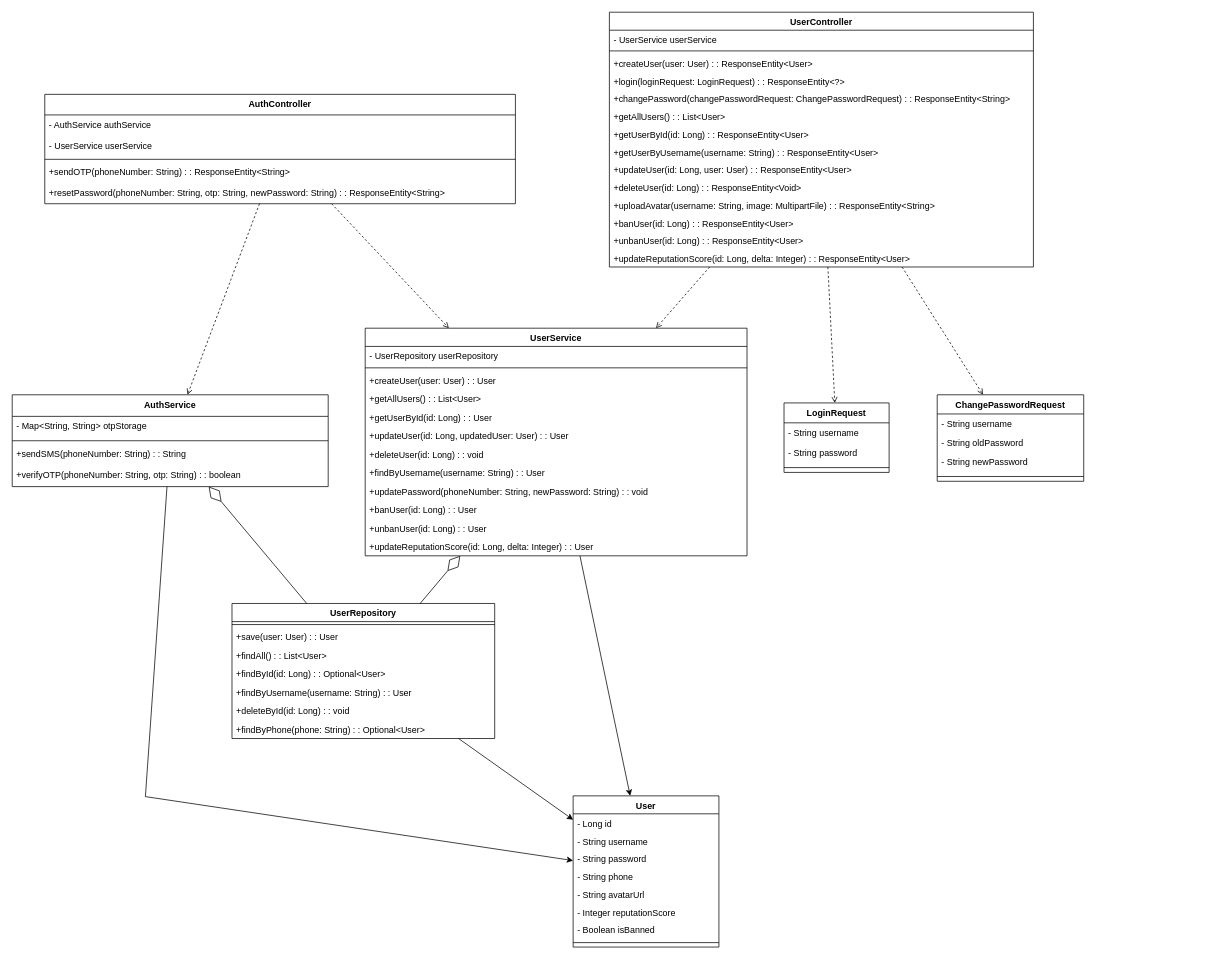
Above: page "注册登录" (1 of 9) of 文档/概要设计规约文档/建模图/详细类图.drawio in w1ntercube/TJ-SE-Design (draw.io), before the change. Source tidied: cells renumbered, new cells numbered last; positions are measured from the earlier drawing's top-left corner, leaving out a move shared by most shapes. Both pictures are drawn from the tidied source at 74%, with x=0, y=0 at pixel (12, 12).
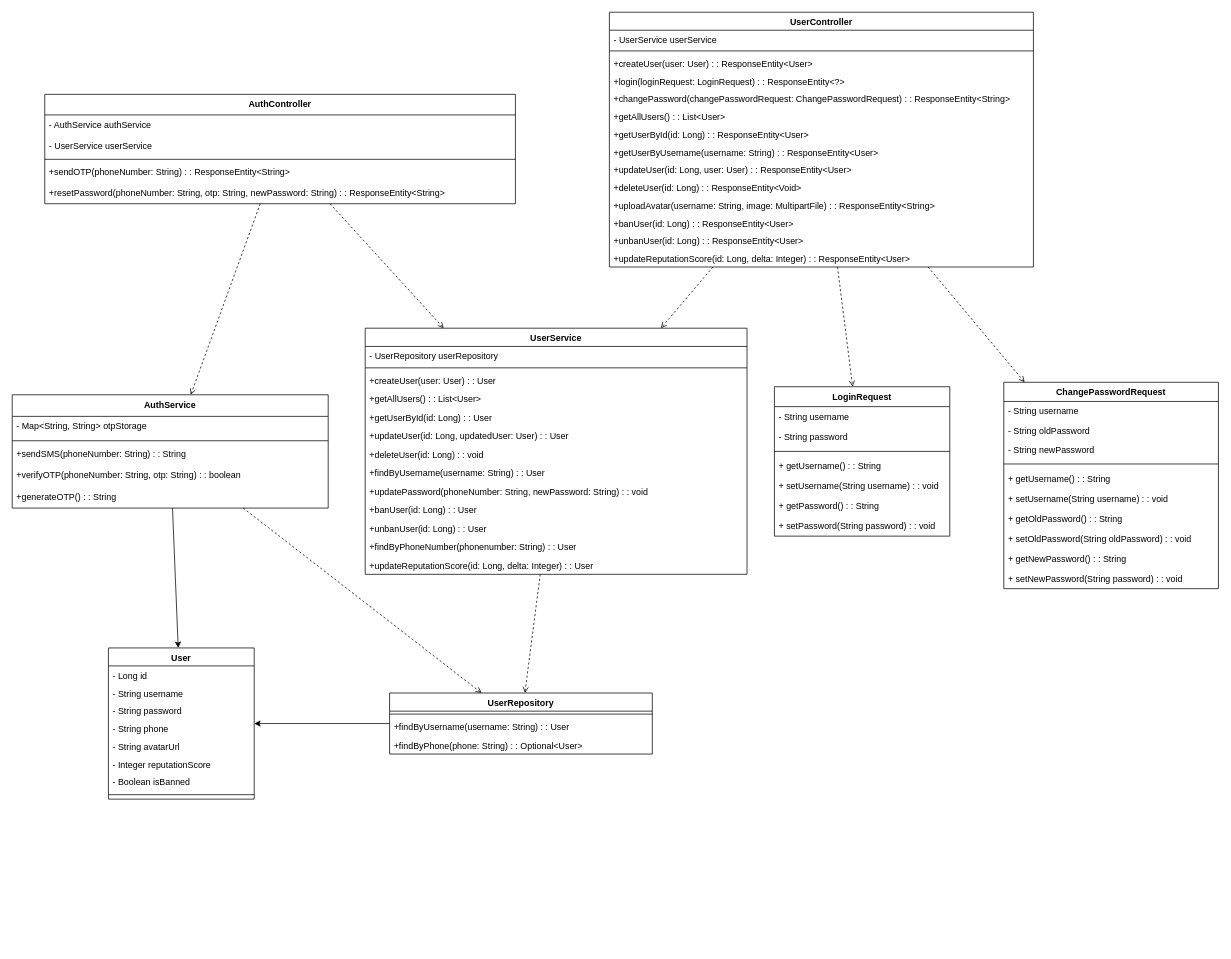
The same diagram, later.

Change to the diagram source:
```diff
@@
     <mxCell id="23" value="AuthService" style="swimlane;fontStyle=1;align=center;verticalAlign=top;horizontal=1;startSize=29.149999618530273;" parent="1" vertex="1">
-      <mxGeometry y="517" width="427" height="124.1" as="geometry" />
+      <mxGeometry y="517" width="427" height="153.1" as="geometry" />
     </mxCell>
@@
+    <mxCell id="82" value="+generateOTP() : : String" style="text;strokeColor=none;fillColor=none;align=left;verticalAlign=top;spacingLeft=4;spacingRight=4;overflow=hidden;" parent="23" vertex="1">
+      <mxGeometry y="124.1" width="427" height="29" as="geometry" />
+    </mxCell>
     <mxCell id="28" value="UserService" style="swimlane;fontStyle=1;align=center;verticalAlign=top;horizontal=1;startSize=24.649998982747395;" parent="1" vertex="1">
-      <mxGeometry x="477" y="427" width="516" height="307.6" as="geometry" />
+      <mxGeometry x="477" y="427" width="516" height="332.6" as="geometry" />
     </mxCell>
@@
+    <mxCell id="83" value="+findByPhoneNumber(phonenumber: String) : : User" style="text;strokeColor=none;fillColor=none;align=left;verticalAlign=top;spacingLeft=4;spacingRight=4;overflow=hidden;" parent="28" vertex="1">
+      <mxGeometry y="282.6" width="516" height="25" as="geometry" />
+    </mxCell>
     <mxCell id="40" value="+updateReputationScore(id: Long, delta: Integer) : : User" style="text;strokeColor=none;fillColor=none;align=left;verticalAlign=top;spacingLeft=4;spacingRight=4;overflow=hidden;" parent="28" vertex="1">
-      <mxGeometry y="282.6" width="516" height="25" as="geometry" />
+      <mxGeometry y="307.6" width="516" height="25" as="geometry" />
     </mxCell>
     <mxCell id="41" value="User" style="swimlane;fontStyle=1;align=center;verticalAlign=top;horizontal=1;startSize=24.258823170381433;" parent="1" vertex="1">
-      <mxGeometry x="758" y="1059" width="197" height="204.3" as="geometry" />
+      <mxGeometry x="130" y="859.1" width="197" height="204.3" as="geometry" />
     </mxCell>
@@
     <mxCell id="50" value="LoginRequest" style="swimlane;fontStyle=1;align=center;verticalAlign=top;horizontal=1;startSize=26.91428484235491;" parent="1" vertex="1">
-      <mxGeometry x="1043" y="528" width="142" height="93.9" as="geometry" />
+      <mxGeometry x="1030" y="506.1" width="237" height="201.9" as="geometry" />
     </mxCell>
     <mxCell id="51" value="- String username" style="text;strokeColor=none;fillColor=none;align=left;verticalAlign=top;spacingLeft=4;spacingRight=4;overflow=hidden;" parent="50" vertex="1">
-      <mxGeometry y="26.9" width="142" height="27" as="geometry" />
+      <mxGeometry y="26.9" width="237" height="27" as="geometry" />
     </mxCell>
+    <mxCell id="84" value="- String password" style="text;strokeColor=none;fillColor=none;align=left;verticalAlign=top;spacingLeft=4;spacingRight=4;overflow=hidden;" parent="50" vertex="1">
+      <mxGeometry y="53.9" width="237" height="27" as="geometry" />
+    </mxCell>
+    <mxCell id="53" style="line;strokeWidth=1;fillColor=none;align=left;verticalAlign=middle;spacingTop=-1;spacingLeft=3;spacingRight=3;labelPosition=right;strokeColor=inherit;" parent="50" vertex="1">
+      <mxGeometry y="80.9" width="237" height="13" as="geometry" />
+    </mxCell>
-    <mxCell id="52" value="- String password" style="text;strokeColor=none;fillColor=none;align=left;verticalAlign=top;spacingLeft=4;spacingRight=4;overflow=hidden;" parent="50" vertex="1">
-      <mxGeometry y="53.9" width="142" height="27" as="geometry" />
+    <mxCell id="52" value="+ getUsername() : : String" style="text;strokeColor=none;fillColor=none;align=left;verticalAlign=top;spacingLeft=4;spacingRight=4;overflow=hidden;" parent="50" vertex="1">
+      <mxGeometry y="93.9" width="237" height="27" as="geometry" />
     </mxCell>
-    <mxCell id="53" style="line;strokeWidth=1;fillColor=none;align=left;verticalAlign=middle;spacingTop=-1;spacingLeft=3;spacingRight=3;labelPosition=right;strokeColor=inherit;" parent="50" vertex="1">
-      <mxGeometry y="80.9" width="142" height="13" as="geometry" />
-    </mxCell>
+    <mxCell id="85" value="+ setUsername(String username) : : void" style="text;strokeColor=none;fillColor=none;align=left;verticalAlign=top;spacingLeft=4;spacingRight=4;overflow=hidden;" parent="50" vertex="1">
+      <mxGeometry y="120.9" width="237" height="27" as="geometry" />
+    </mxCell>
+    <mxCell id="86" value="+ getPassword() : : String" style="text;strokeColor=none;fillColor=none;align=left;verticalAlign=top;spacingLeft=4;spacingRight=4;overflow=hidden;" parent="50" vertex="1">
+      <mxGeometry y="147.9" width="237" height="27" as="geometry" />
+    </mxCell>
+    <mxCell id="87" value="+ setPassword(String password) : : void" style="text;strokeColor=none;fillColor=none;align=left;verticalAlign=top;spacingLeft=4;spacingRight=4;overflow=hidden;" parent="50" vertex="1">
+      <mxGeometry y="174.9" width="237" height="27" as="geometry" />
+    </mxCell>
     <mxCell id="54" value="ChangePasswordRequest" style="swimlane;fontStyle=1;align=center;verticalAlign=top;horizontal=1;startSize=25.91111077202691;" parent="1" vertex="1">
-      <mxGeometry x="1250" y="517" width="198" height="116.9" as="geometry" />
+      <mxGeometry x="1340" y="500.1" width="290" height="278.9" as="geometry" />
     </mxCell>
     <mxCell id="55" value="- String username" style="text;strokeColor=none;fillColor=none;align=left;verticalAlign=top;spacingLeft=4;spacingRight=4;overflow=hidden;" parent="54" vertex="1">
-      <mxGeometry y="25.9" width="198" height="26" as="geometry" />
+      <mxGeometry y="25.9" width="290" height="26" as="geometry" />
     </mxCell>
     <mxCell id="56" value="- String oldPassword" style="text;strokeColor=none;fillColor=none;align=left;verticalAlign=top;spacingLeft=4;spacingRight=4;overflow=hidden;" parent="54" vertex="1">
-      <mxGeometry y="51.9" width="198" height="26" as="geometry" />
+      <mxGeometry y="51.9" width="290" height="26" as="geometry" />
     </mxCell>
     <mxCell id="57" value="- String newPassword" style="text;strokeColor=none;fillColor=none;align=left;verticalAlign=top;spacingLeft=4;spacingRight=4;overflow=hidden;" parent="54" vertex="1">
-      <mxGeometry y="77.9" width="198" height="26" as="geometry" />
+      <mxGeometry y="77.9" width="290" height="26" as="geometry" />
     </mxCell>
     <mxCell id="58" style="line;strokeWidth=1;fillColor=none;align=left;verticalAlign=middle;spacingTop=-1;spacingLeft=3;spacingRight=3;labelPosition=right;strokeColor=inherit;" parent="54" vertex="1">
-      <mxGeometry y="103.9" width="198" height="13" as="geometry" />
+      <mxGeometry y="103.9" width="290" height="13" as="geometry" />
     </mxCell>
+    <mxCell id="88" value="+ getUsername() : : String" style="text;strokeColor=none;fillColor=none;align=left;verticalAlign=top;spacingLeft=4;spacingRight=4;overflow=hidden;" parent="54" vertex="1">
+      <mxGeometry y="116.9" width="290" height="27" as="geometry" />
+    </mxCell>
+    <mxCell id="89" value="+ setUsername(String username) : : void" style="text;strokeColor=none;fillColor=none;align=left;verticalAlign=top;spacingLeft=4;spacingRight=4;overflow=hidden;" parent="54" vertex="1">
+      <mxGeometry y="143.9" width="290" height="27" as="geometry" />
+    </mxCell>
+    <mxCell id="90" value="+ getOldPassword() : : String" style="text;strokeColor=none;fillColor=none;align=left;verticalAlign=top;spacingLeft=4;spacingRight=4;overflow=hidden;" parent="54" vertex="1">
+      <mxGeometry y="170.9" width="290" height="27" as="geometry" />
+    </mxCell>
+    <mxCell id="91" value="+ setOldPassword(String oldPassword) : : void" style="text;strokeColor=none;fillColor=none;align=left;verticalAlign=top;spacingLeft=4;spacingRight=4;overflow=hidden;" parent="54" vertex="1">
+      <mxGeometry y="197.9" width="290" height="27" as="geometry" />
+    </mxCell>
+    <mxCell id="92" value="+ getNewPassword() : : String" style="text;strokeColor=none;fillColor=none;align=left;verticalAlign=top;spacingLeft=4;spacingRight=4;overflow=hidden;" parent="54" vertex="1">
+      <mxGeometry y="224.9" width="290" height="27" as="geometry" />
+    </mxCell>
+    <mxCell id="93" value="+ setNewPassword(String password) : : void" style="text;strokeColor=none;fillColor=none;align=left;verticalAlign=top;spacingLeft=4;spacingRight=4;overflow=hidden;" parent="54" vertex="1">
+      <mxGeometry y="251.9" width="290" height="27" as="geometry" />
+    </mxCell>
     <mxCell id="59" value="UserRepository" style="swimlane;fontStyle=1;align=center;verticalAlign=top;horizontal=1;startSize=24.50666707356771;" parent="1" vertex="1">
-      <mxGeometry x="297" y="799" width="355" height="182.5" as="geometry" />
+      <mxGeometry x="510" y="920" width="355" height="82.5" as="geometry" />
     </mxCell>
@@
-    <mxCell id="61" value="+save(user: User) : : User" style="text;strokeColor=none;fillColor=none;align=left;verticalAlign=top;spacingLeft=4;spacingRight=4;overflow=hidden;" parent="59" vertex="1">
-      <mxGeometry y="32.5" width="355" height="25" as="geometry" />
-    </mxCell>
-    <mxCell id="62" value="+findAll() : : List&lt;User&gt;" style="text;strokeColor=none;fillColor=none;align=left;verticalAlign=top;spacingLeft=4;spacingRight=4;overflow=hidden;" parent="59" vertex="1">
-      <mxGeometry y="57.5" width="355" height="25" as="geometry" />
-    </mxCell>
-    <mxCell id="63" value="+findById(id: Long) : : Optional&lt;User&gt;" style="text;strokeColor=none;fillColor=none;align=left;verticalAlign=top;spacingLeft=4;spacingRight=4;overflow=hidden;" parent="59" vertex="1">
-      <mxGeometry y="82.5" width="355" height="25" as="geometry" />
-    </mxCell>
     <mxCell id="64" value="+findByUsername(username: String) : : User" style="text;strokeColor=none;fillColor=none;align=left;verticalAlign=top;spacingLeft=4;spacingRight=4;overflow=hidden;" parent="59" vertex="1">
-      <mxGeometry y="107.5" width="355" height="25" as="geometry" />
+      <mxGeometry y="32.5" width="355" height="25" as="geometry" />
     </mxCell>
-    <mxCell id="65" value="+deleteById(id: Long) : : void" style="text;strokeColor=none;fillColor=none;align=left;verticalAlign=top;spacingLeft=4;spacingRight=4;overflow=hidden;" parent="59" vertex="1">
-      <mxGeometry y="132.5" width="355" height="25" as="geometry" />
-    </mxCell>
     <mxCell id="66" value="+findByPhone(phone: String) : : Optional&lt;User&gt;" style="text;strokeColor=none;fillColor=none;align=left;verticalAlign=top;spacingLeft=4;spacingRight=4;overflow=hidden;" parent="59" vertex="1">
-      <mxGeometry y="157.5" width="355" height="25" as="geometry" />
+      <mxGeometry y="57.5" width="355" height="25" as="geometry" />
     </mxCell>
@@
-    <mxCell id="77" style="endArrow=diamondThin;endFill=0;endSize=24;html=1;rounded=0;" parent="1" edge="1" source="59" target="23">
-      <mxGeometry relative="1" as="geometry" />
-    </mxCell>
-    <mxCell id="78" style="endArrow=diamondThin;endFill=0;endSize=24;html=1;rounded=0;" parent="1" edge="1" source="59" target="28">
-      <mxGeometry relative="1" as="geometry" />
-    </mxCell>
-    <mxCell id="79" style="endArrow=classic;html=1;rounded=0;" parent="1" edge="1" source="28" target="41">
-      <mxGeometry relative="1" as="geometry" />
-    </mxCell>
+    <mxCell id="81" style="endArrow=classic;html=1;rounded=0;" parent="1" edge="1" source="59" target="41">
+      <mxGeometry relative="1" as="geometry" />
+    </mxCell>
+    <mxCell id="94" style="endArrow=open;html=1;rounded=0;align=center;verticalAlign=bottom;dashed=1;endFill=0;labelBackgroundColor=none;" parent="1" edge="1" source="23" target="59">
+      <mxGeometry relative="1" as="geometry" />
+    </mxCell>
+    <mxCell id="95" style="html=1;align=center;verticalAlign=top;labelBackgroundColor=none;" parent="94" vertex="1">
+      <mxGeometry relative="1" as="geometry" />
+    </mxCell>
+    <mxCell id="96" style="endArrow=open;html=1;rounded=0;align=center;verticalAlign=bottom;dashed=1;endFill=0;labelBackgroundColor=none;" parent="1" edge="1" source="28" target="59">
+      <mxGeometry relative="1" as="geometry" />
+    </mxCell>
+    <mxCell id="97" style="html=1;align=center;verticalAlign=top;labelBackgroundColor=none;" parent="96" vertex="1">
+      <mxGeometry relative="1" as="geometry" />
+    </mxCell>
     <mxCell id="80" style="endArrow=classic;html=1;rounded=0;" parent="1" edge="1" source="23" target="41">
-      <mxGeometry relative="1" as="geometry">
-        <Array as="points">
-          <mxPoint x="180" y="1060" />
-        </Array>
-      </mxGeometry>
+      <mxGeometry relative="1" as="geometry" />
     </mxCell>
-    <mxCell id="81" style="endArrow=classic;html=1;rounded=0;" parent="1" edge="1" source="59" target="41">
-      <mxGeometry relative="1" as="geometry" />
-    </mxCell>
```
